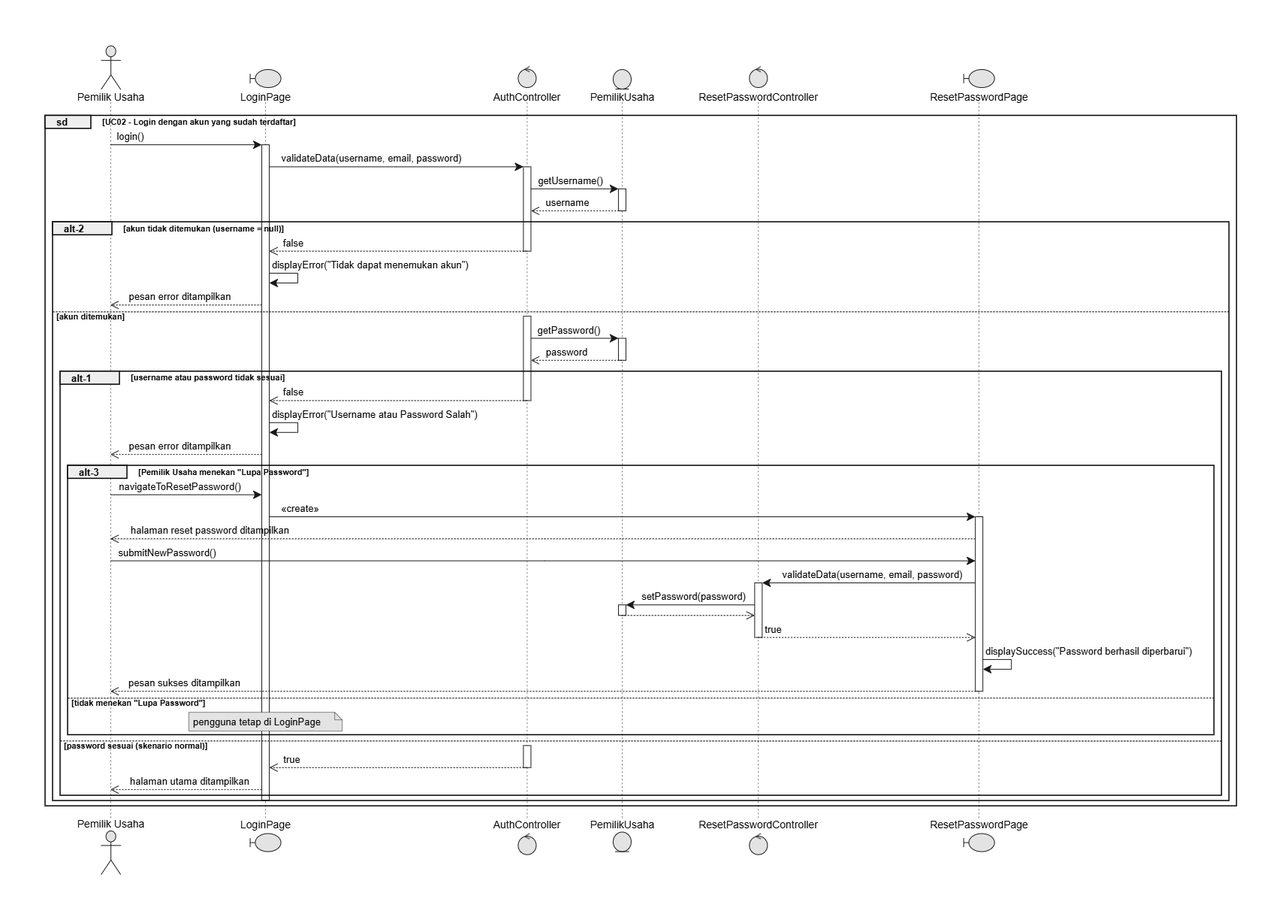
This is docs/M7/assets/diagram/diagram-sequence-uc02.png from rafeldzin/IF2150-RPL-K02-G07, a draw.io export, as it was before one commit. Source tidied: cells renumbered, new cells last; positions are measured from the earlier drawing's top-left corner, leaving out a move shared by most shapes.
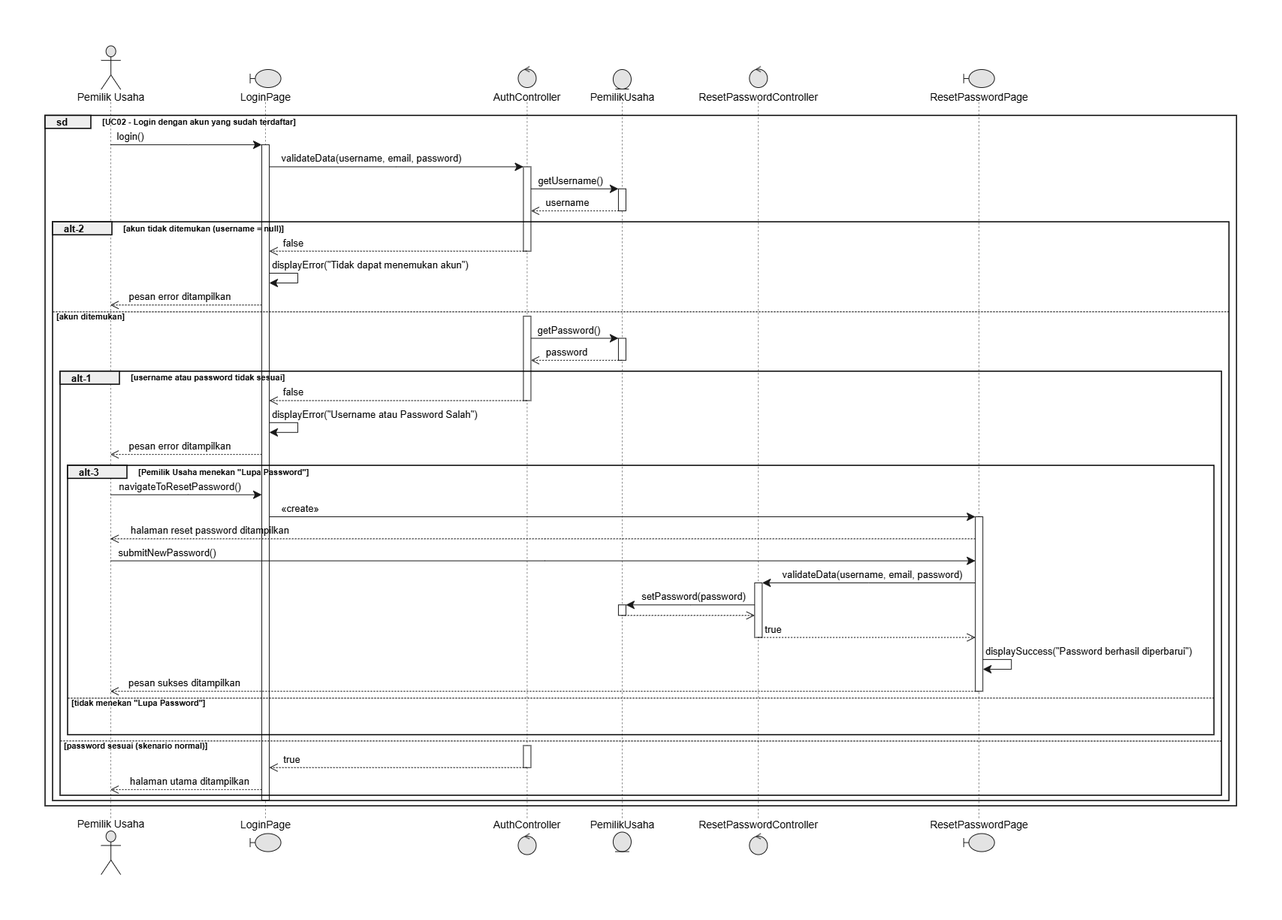
After the commit.

Change to the diagram source:
```diff
@@ -332,8 +332,5 @@
         </Array>
       </mxGeometry>
     </mxCell>
-    <mxCell id="75" value="pengguna tetap di LoginPage" style="shape=note;size=10;fillColor=#E3E3E3;strokeColor=#181818;strokeWidth=0.5;fontColor=#000000;fontSize=13;align=left;spacingLeft=4;spacing=2;verticalAlign=middle;whiteSpace=wrap;html=1;shadow=0;" parent="2" vertex="1">
-      <mxGeometry x="221" y="917.2" width="204.2" height="25" as="geometry" />
-    </mxCell>
   </root>
 </mxGraphModel>
```
